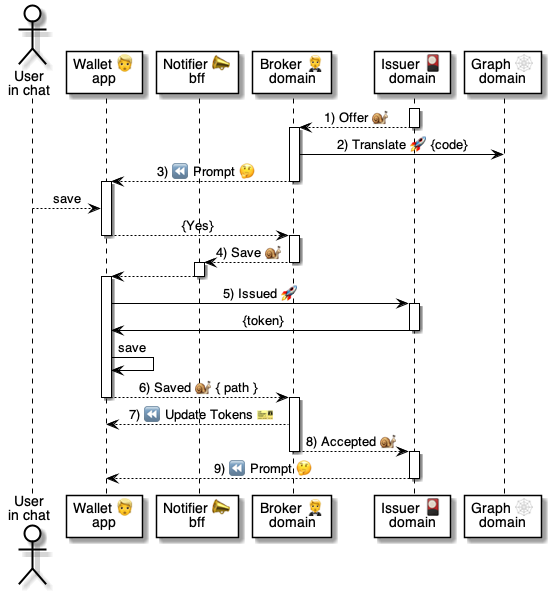
pollyweb-org/pollyweb-docs keeps this PlantUML diagram as 5 ⏩ Flows/90 🧑‍🦰👉 Wallets/40 👉🎫 Tokens/.📎 Assets/⚙️ Save.png. Above is the earlier version. Its source is kept beside it as 5 ⏩ Flows/90 🧑‍🦰👉 Wallets/40 👉🎫 Tokens/.📎 Assets/⚙️ Save.puml.
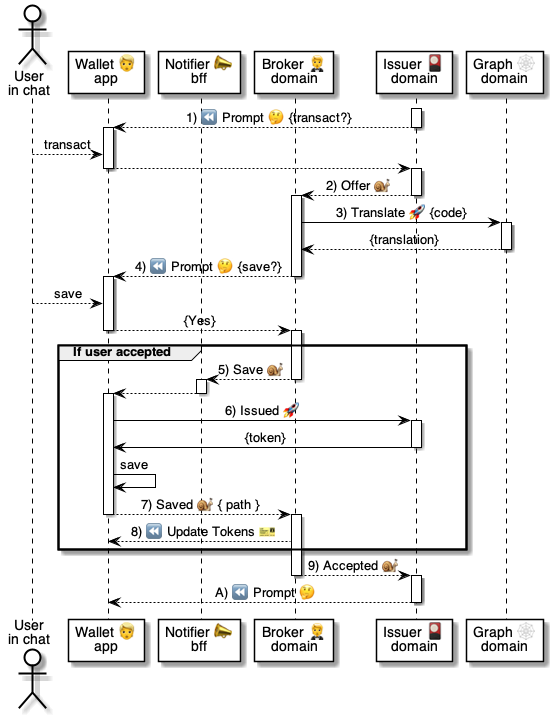
Above is the later version.

Diff of the diagram source:
```diff
@@ -8,13 +8,28 @@
 participant "Issuer 🎴\ndomain" as issuer
 participant "Graph 🕸\ndomain" as graph
 
+
 activate issuer
-    issuer --> broker: 1) Offer 🐌
+    issuer --> wallet: 1) ⏪ Prompt 🤔 {transact?}
+deactivate issuer
+
+activate wallet
+    user --> wallet: transact
+    wallet --> issuer:
+deactivate wallet
+
+activate issuer
+    issuer --> broker: 2) Offer 🐌
 deactivate issuer
 
 activate broker
-    broker -> graph : 2) Translate 🚀 {code}
-    broker --> wallet: 3) ⏪ Prompt 🤔
+    broker -> graph : 3) Translate 🚀 {code}
+
+    activate graph
+        graph --> broker: {translation}
+    deactivate graph
+
+    broker --> wallet: 4) ⏪ Prompt 🤔 {save?}
 deactivate broker
 
 activate wallet
@@ -22,8 +37,11 @@
     wallet --> broker: {Yes}
 deactivate wallet
 
+group If user accepted
+
+
 activate broker
-    broker --> notifier: 4) Save 🐌
+    broker --> notifier: 5) Save 🐌
 deactivate broker
 
 activate notifier
@@ -31,22 +49,25 @@
 deactivate notifier
 
 activate wallet
-    wallet -> issuer: 5) Issued 🚀
+    wallet -> issuer: 6) Issued 🚀
     activate issuer
         issuer -> wallet: {token}
     deactivate issuer
     wallet -> wallet: save
 
-    wallet --> broker: 6) Saved 🐌 { path }
+    wallet --> broker: 7) Saved 🐌 { path }
 deactivate wallet
 
 activate broker
-    broker --> wallet: 7) ⏪ Update Tokens 🎫
-    broker --> issuer: 8) Accepted 🐌
+    broker --> wallet: 8) ⏪ Update Tokens 🎫
+
+end group
+
+    broker --> issuer: 9) Accepted 🐌
 deactivate broker
 
 activate issuer
-    issuer --> wallet: 9) ⏪ Prompt 🤔
+    issuer --> wallet: A) ⏪ Prompt 🤔
 deactivate issuer
 
 
```
